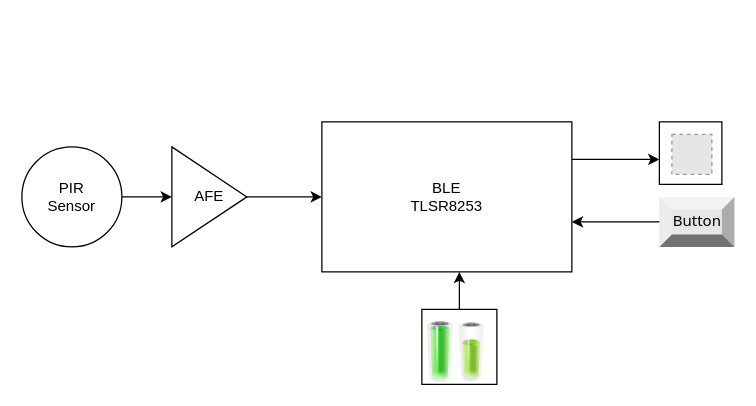
Before: page "Page-2" (2 of 2) of gateway.drawio in anhvanthe/01_my_drawio, a draw.io diagram. Source tidied: cells renumbered, new cells numbered last; positions are measured from the earlier drawing's top-left corner, leaving out a move shared by most shapes. Both pictures are drawn from the tidied source at 125%, with x=0, y=0 at pixel (21, 121). Pictures stored in the file or linked from it are replaced by grey dashed boxes.
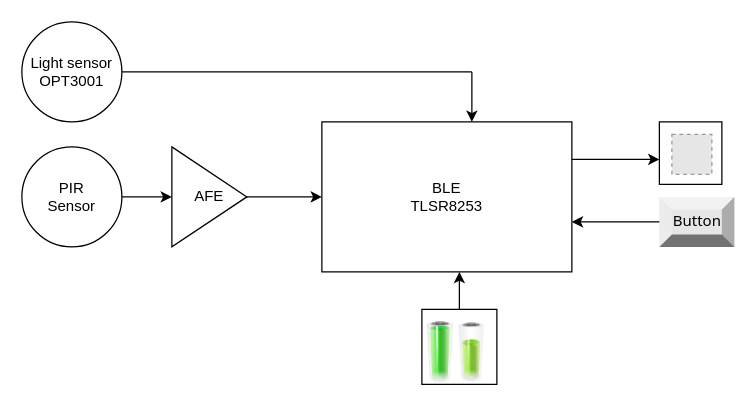
After the change.

Diff of the diagram source:
```diff
@@
+    <mxCell id="16" value="Light sensor&lt;br&gt;OPT3001" style="ellipse;whiteSpace=wrap;html=1;" parent="1" vertex="1">
+      <mxGeometry y="-80" width="80" height="80" as="geometry" />
+    </mxCell>
+    <mxCell id="17" style="endArrow=classic;html=1;" parent="1" edge="1">
+      <mxGeometry relative="1" as="geometry">
+        <mxPoint x="360" y="-40" as="sourcePoint" />
+        <mxPoint x="360" as="targetPoint" />
+      </mxGeometry>
+    </mxCell>
+    <mxCell id="18" style="endArrow=none;html=1;" parent="1" edge="1">
+      <mxGeometry relative="1" as="geometry">
+        <mxPoint x="80" y="-40" as="sourcePoint" />
+        <mxPoint x="360" y="-40" as="targetPoint" />
+      </mxGeometry>
+    </mxCell>
```
